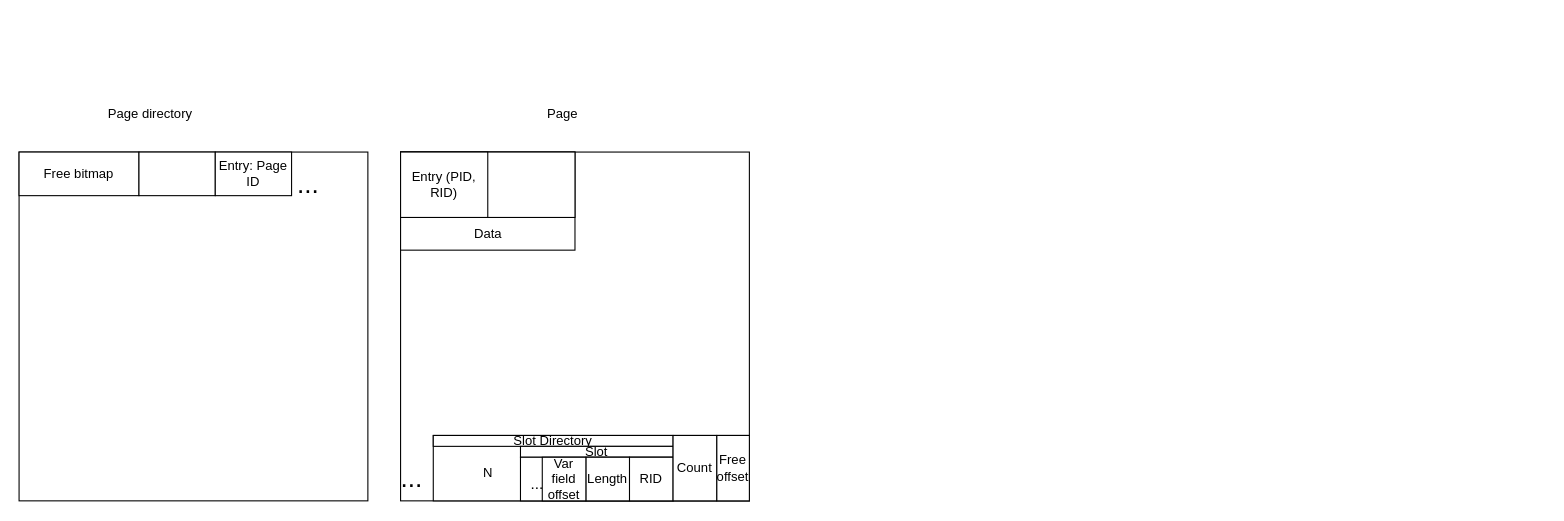
The draw.io diagram diagram.drawio in carloshernandez2/clj-db, before the edit. Source tidied: cells renumbered, new cells numbered last; positions are measured from the earlier drawing's top-left corner, leaving out a move shared by most shapes. Both pictures are drawn from the tidied source at 109%, with x=0, y=0 at pixel (19, 97).
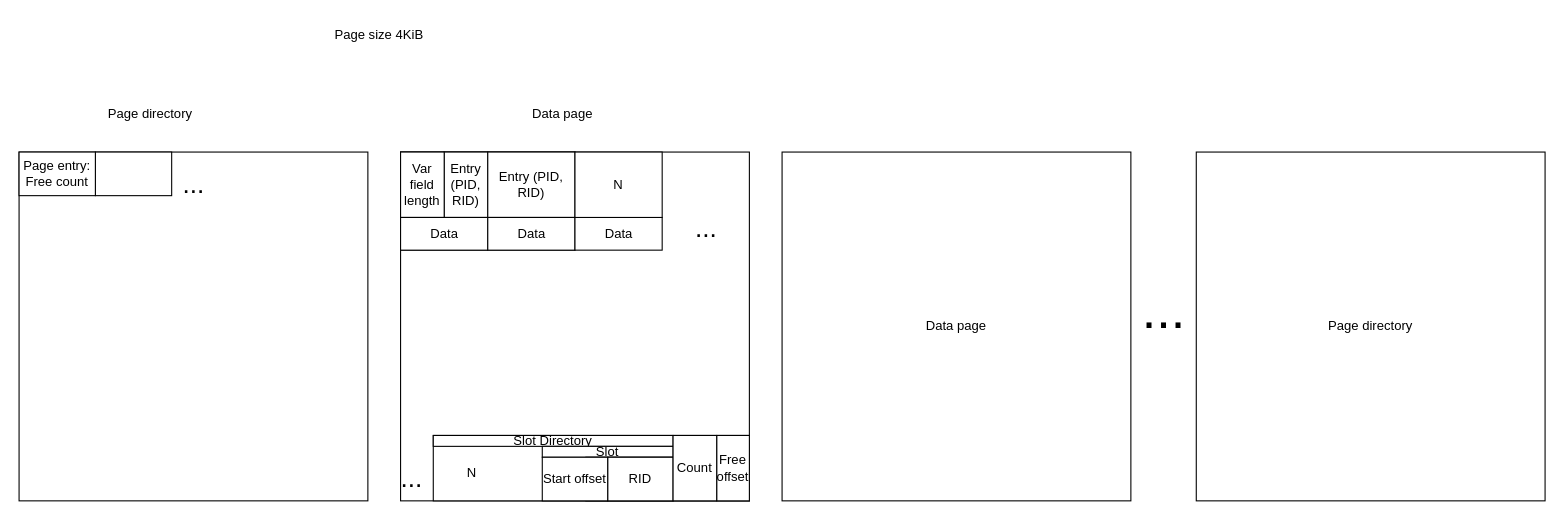
Above is the later version.

What changed in the source:
```diff
@@
-    <mxCell id="4" value="Free bitmap" style="rounded=0;whiteSpace=wrap;html=1;" parent="1" vertex="1">
-      <mxGeometry y="50" width="110" height="40" as="geometry" />
-    </mxCell>
     <mxCell id="5" style="rounded=0;whiteSpace=wrap;html=1;" parent="1" vertex="1">
-      <mxGeometry x="110" y="50" width="70" height="40" as="geometry" />
+      <mxGeometry x="70" y="50" width="70" height="40" as="geometry" />
     </mxCell>
-    <mxCell id="6" value="Entry: Page ID" style="rounded=0;whiteSpace=wrap;html=1;" parent="1" vertex="1">
-      <mxGeometry x="180" y="50" width="70" height="40" as="geometry" />
+    <mxCell id="6" value="Page entry: Free count" style="rounded=0;whiteSpace=wrap;html=1;" parent="1" vertex="1">
+      <mxGeometry y="50" width="70" height="40" as="geometry" />
     </mxCell>
     <mxCell id="7" value="&lt;font style=&quot;font-size: 24px;&quot;&gt;...&lt;/font&gt;" style="text;html=1;align=center;verticalAlign=middle;strokeColor=none;fillColor=none;" parent="1" vertex="1">
-      <mxGeometry x="245" y="60" width="40" height="40" as="geometry" />
+      <mxGeometry x="140" y="60" width="40" height="40" as="geometry" />
     </mxCell>
@@
-    <mxCell id="10" value="Data" style="text;html=1;align=center;verticalAlign=middle;strokeColor=none;fillColor=none;" parent="1" vertex="1">
-      <mxGeometry x="405" y="110" width="50" height="30" as="geometry" />
-    </mxCell>
-    <mxCell id="11" style="rounded=0;whiteSpace=wrap;html=1;" parent="1" vertex="1">
-      <mxGeometry x="350" y="50" width="160" height="60" as="geometry" />
-    </mxCell>
@@
     <mxCell id="15" value="Slot" style="rounded=0;whiteSpace=wrap;html=1;" parent="1" vertex="1">
-      <mxGeometry x="460" y="320" width="140" height="10" as="geometry" />
+      <mxGeometry x="480" y="320" width="120" height="10" as="geometry" />
     </mxCell>
     <mxCell id="16" style="rounded=0;whiteSpace=wrap;html=1;" parent="1" vertex="1">
-      <mxGeometry x="460" y="330" width="140" height="40" as="geometry" />
+      <mxGeometry x="520" y="330" width="80" height="40" as="geometry" />
     </mxCell>
@@
     <mxCell id="18" value="N" style="text;html=1;align=center;verticalAlign=middle;strokeColor=none;fillColor=none;" parent="1" vertex="1">
-      <mxGeometry x="415" y="330" width="30" height="30" as="geometry" />
+      <mxGeometry x="400" y="330" width="30" height="30" as="geometry" />
     </mxCell>
     <mxCell id="19" value="RID" style="rounded=0;whiteSpace=wrap;html=1;" parent="1" vertex="1">
-      <mxGeometry x="560" y="330" width="40" height="40" as="geometry" />
+      <mxGeometry x="540" y="330" width="60" height="40" as="geometry" />
     </mxCell>
-    <mxCell id="20" value="Length" style="rounded=0;whiteSpace=wrap;html=1;" parent="1" vertex="1">
-      <mxGeometry x="520" y="330" width="40" height="40" as="geometry" />
-    </mxCell>
-    <mxCell id="21" value="Var field offset" style="rounded=0;whiteSpace=wrap;html=1;" parent="1" vertex="1">
-      <mxGeometry x="480" y="330" width="40" height="40" as="geometry" />
-    </mxCell>
@@
-    <mxCell id="23" value="&lt;font style=&quot;font-size: 14px;&quot;&gt;...&lt;/font&gt;" style="text;html=1;align=center;verticalAlign=middle;strokeColor=none;fillColor=none;" parent="1" vertex="1">
-      <mxGeometry x="455" y="340" width="40" height="30" as="geometry" />
-    </mxCell>
     <mxCell id="24" value="Entry (PID, RID)" style="rounded=0;whiteSpace=wrap;html=1;" parent="1" vertex="1">
-      <mxGeometry x="350" y="50" width="80" height="60" as="geometry" />
+      <mxGeometry x="390" y="50" width="40" height="60" as="geometry" />
     </mxCell>
-    <mxCell id="25" value="Page&amp;nbsp;" style="text;html=1;align=center;verticalAlign=middle;strokeColor=none;fillColor=none;" parent="1" vertex="1">
-      <mxGeometry x="475" width="50" height="30" as="geometry" />
+    <mxCell id="25" value="Data page&amp;nbsp;" style="text;html=1;align=center;verticalAlign=middle;strokeColor=none;fillColor=none;" parent="1" vertex="1">
+      <mxGeometry x="460" width="80" height="30" as="geometry" />
     </mxCell>
+    <mxCell id="26" value="Var field length" style="rounded=0;whiteSpace=wrap;html=1;" parent="1" vertex="1">
+      <mxGeometry x="350" y="50" width="40" height="60" as="geometry" />
+    </mxCell>
+    <mxCell id="27" style="rounded=0;whiteSpace=wrap;html=1;" parent="1" vertex="1">
+      <mxGeometry x="350" y="110" width="80" height="30" as="geometry" />
+    </mxCell>
+    <mxCell id="28" value="Data" style="text;html=1;align=center;verticalAlign=middle;strokeColor=none;fillColor=none;" parent="1" vertex="1">
+      <mxGeometry x="365" y="110" width="50" height="30" as="geometry" />
+    </mxCell>
+    <mxCell id="29" value="Entry (PID, RID)" style="rounded=0;whiteSpace=wrap;html=1;" parent="1" vertex="1">
+      <mxGeometry x="430" y="50" width="80" height="60" as="geometry" />
+    </mxCell>
+    <mxCell id="30" style="rounded=0;whiteSpace=wrap;html=1;" parent="1" vertex="1">
+      <mxGeometry x="430" y="110" width="80" height="30" as="geometry" />
+    </mxCell>
+    <mxCell id="31" value="Data" style="text;html=1;align=center;verticalAlign=middle;strokeColor=none;fillColor=none;" parent="1" vertex="1">
+      <mxGeometry x="445" y="110" width="50" height="30" as="geometry" />
+    </mxCell>
+    <mxCell id="32" style="rounded=0;whiteSpace=wrap;html=1;" parent="1" vertex="1">
+      <mxGeometry x="510" y="110" width="80" height="30" as="geometry" />
+    </mxCell>
+    <mxCell id="33" value="Data" style="text;html=1;align=center;verticalAlign=middle;strokeColor=none;fillColor=none;" parent="1" vertex="1">
+      <mxGeometry x="525" y="110" width="50" height="30" as="geometry" />
+    </mxCell>
+    <mxCell id="34" value="N" style="rounded=0;whiteSpace=wrap;html=1;" parent="1" vertex="1">
+      <mxGeometry x="510" y="50" width="80" height="60" as="geometry" />
+    </mxCell>
+    <mxCell id="35" value="&lt;font style=&quot;font-size: 24px;&quot;&gt;...&lt;/font&gt;" style="text;html=1;align=center;verticalAlign=middle;strokeColor=none;fillColor=none;" parent="1" vertex="1">
+      <mxGeometry x="610" y="100" width="40" height="40" as="geometry" />
+    </mxCell>
+    <mxCell id="36" value="Start offset" style="rounded=0;whiteSpace=wrap;html=1;" parent="1" vertex="1">
+      <mxGeometry x="480" y="330" width="60" height="40" as="geometry" />
+    </mxCell>
+    <mxCell id="37" value="Page size 4KiB" style="text;html=1;align=center;verticalAlign=middle;strokeColor=none;fillColor=none;" parent="1" vertex="1">
+      <mxGeometry x="280" y="-72" width="100" height="30" as="geometry" />
+    </mxCell>
+    <mxCell id="38" value="&lt;font style=&quot;font-size: 48px;&quot;&gt;...&lt;/font&gt;" style="text;html=1;align=center;verticalAlign=middle;strokeColor=none;fillColor=none;" parent="1" vertex="1">
+      <mxGeometry x="1020" y="160" width="60" height="70" as="geometry" />
+    </mxCell>
+    <mxCell id="39" value="Page directory" style="whiteSpace=wrap;html=1;" parent="1" vertex="1">
+      <mxGeometry x="1080" y="50" width="320" height="320" as="geometry" />
+    </mxCell>
+    <mxCell id="40" value="Data page" style="whiteSpace=wrap;html=1;" parent="1" vertex="1">
+      <mxGeometry x="700" y="50" width="320" height="320" as="geometry" />
+    </mxCell>
```
